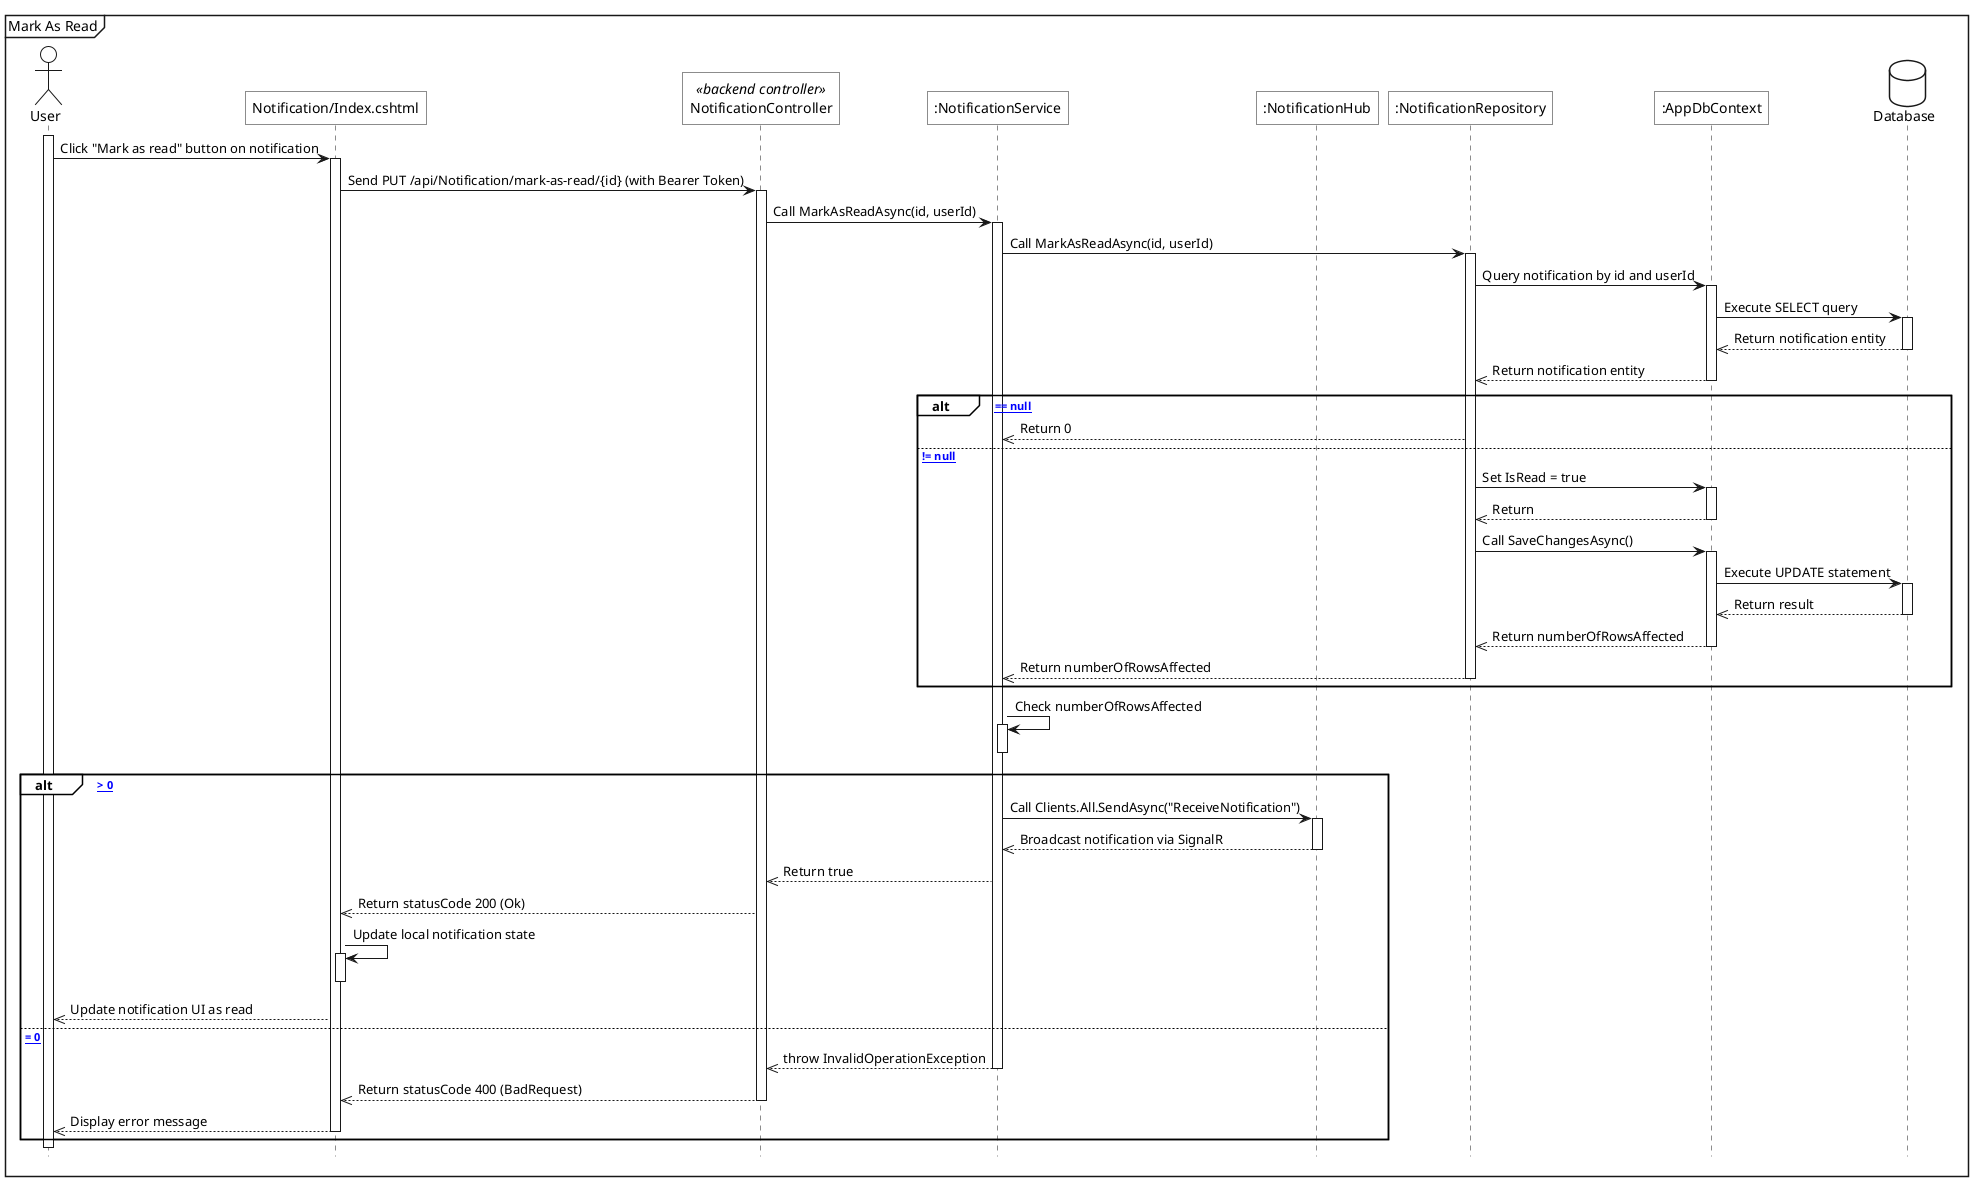
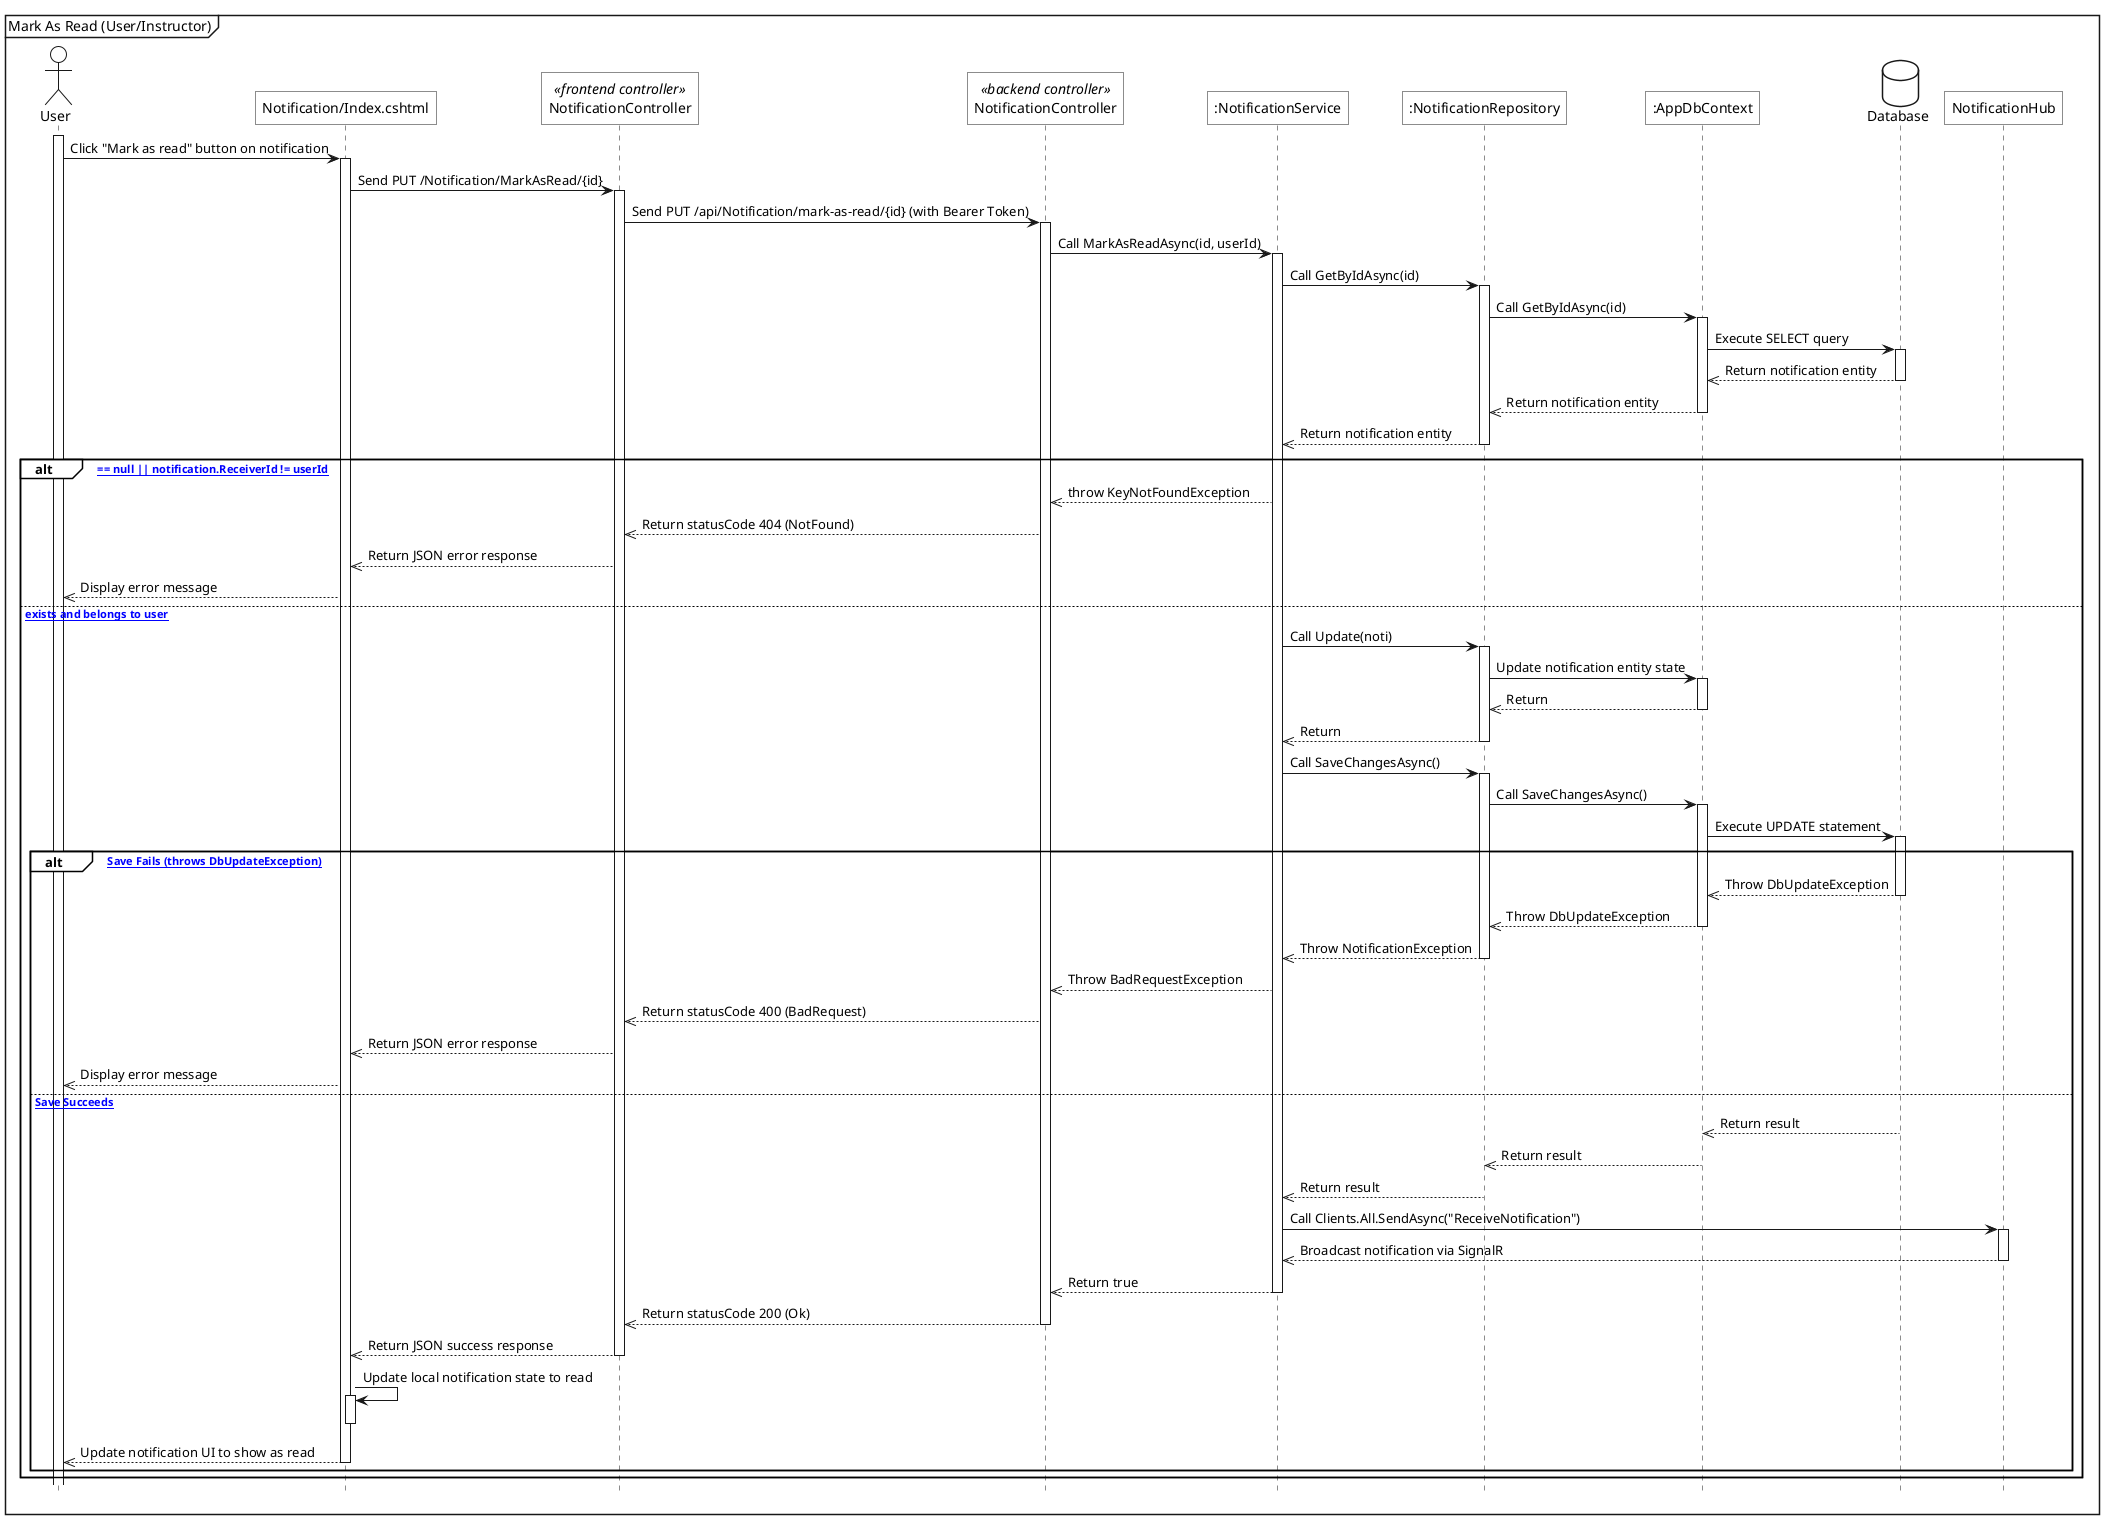
@startuml
<style>
    sequenceDiagram{
        actor{
            BackgroundColor white
            LineThickness 1.0
        }
        participant{
            BackgroundColor white
            RoundCorner 0
        }
        database{
            BackgroundColor white
        }
        groupHeader{
            BackgroundColor white
        }
        referenceHeader{
            BackgroundColor white
        }
        reference{
            BackgroundColor white
        }
    }
</style>

hide footbox

- mainframe Mark As Read
+ mainframe Mark As Read (User/Instructor)
+ 
actor User as act
- 
participant "Notification/Index.cshtml" as view
+ participant "NotificationController" as fe_ctrl <<frontend controller>>
participant "NotificationController" as be_ctrl <<backend controller>>
participant ":NotificationService" as sv
- participant ":NotificationHub" as hub
participant ":NotificationRepository" as repo
participant ":AppDbContext" as ctx
database Database as db
+ participant "NotificationHub" as hub

act++
act->view++: Click "Mark as read" button on notification
- view->be_ctrl++: Send PUT /api/Notification/mark-as-read/{id} (with Bearer Token)
+ view->fe_ctrl++: Send PUT /Notification/MarkAsRead/{id}
+ fe_ctrl->be_ctrl++: Send PUT /api/Notification/mark-as-read/{id} (with Bearer Token)

be_ctrl->sv++: Call MarkAsReadAsync(id, userId)
- sv->repo++: Call MarkAsReadAsync(id, userId)
- repo->ctx++: Query notification by id and userId
+ sv->repo++: Call GetByIdAsync(id)
+ repo->ctx++: Call GetByIdAsync(id)
ctx->db++: Execute SELECT query
db-->>ctx--: Return notification entity
ctx-->>repo--: Return notification entity
+ repo-->>sv--: Return notification entity

- alt [notification == null]
-     repo-->>sv: Return 0
- else [notification != null]
-     repo->ctx++: Set IsRead = true
+ alt [notification == null || notification.ReceiverId != userId]
+     sv-->>be_ctrl: throw KeyNotFoundException
+     be_ctrl-->>fe_ctrl: Return statusCode 404 (NotFound)
+     fe_ctrl-->>view: Return JSON error response
+     view-->>act: Display error message
+ else [notification exists and belongs to user]
+     sv->repo++: Call Update(noti)
+     repo->ctx++: Update notification entity state
    ctx-->>repo--: Return
+     repo-->>sv--: Return
+ 
+     sv->repo++: Call SaveChangesAsync()
    repo->ctx++: Call SaveChangesAsync()
    ctx->db++: Execute UPDATE statement
-     db-->>ctx--: Return result
-     ctx-->>repo--: Return numberOfRowsAffected
-     repo-->>sv--: Return numberOfRowsAffected
+ 
+     alt [Database Save Fails (throws DbUpdateException)]
+         db-->>ctx--: Throw DbUpdateException
+         ctx-->>repo--: Throw DbUpdateException
+         repo-->>sv--: Throw NotificationException
+         sv-->>be_ctrl: Throw BadRequestException
+         be_ctrl-->>fe_ctrl: Return statusCode 400 (BadRequest)
+         fe_ctrl-->>view: Return JSON error response
+         view-->>act: Display error message
+     else [Database Save Succeeds]
+         db-->>ctx--: Return result
+         ctx-->>repo--: Return result
+         repo-->>sv--: Return result
+ 
+         sv->hub++: Call Clients.All.SendAsync("ReceiveNotification")
+         hub-->>sv: Broadcast notification via SignalR
+         hub--
+ 
+         sv-->>be_ctrl--: Return true
+         be_ctrl-->>fe_ctrl--: Return statusCode 200 (Ok)
+         fe_ctrl-->>view--: Return JSON success response
+         view->view++: Update local notification state to read
+         view--
+         view-->>act--: Update notification UI to show as read
+     end
end

- sv->sv++: Check numberOfRowsAffected
- sv--
- 
- alt [numberOfRowsAffected > 0]
-     sv->hub++: Call Clients.All.SendAsync("ReceiveNotification")
-     hub-->>sv: Broadcast notification via SignalR
-     hub--
-     sv-->>be_ctrl: Return true
-     be_ctrl-->>view: Return statusCode 200 (Ok)
-     view->view++: Update local notification state
-     view--
-     view-->>act: Update notification UI as read
- else [numberOfRowsAffected = 0]
-     sv-->>be_ctrl--: throw InvalidOperationException
-     be_ctrl-->>view--: Return statusCode 400 (BadRequest)
-     view-->>act--: Display error message
- end
@enduml
